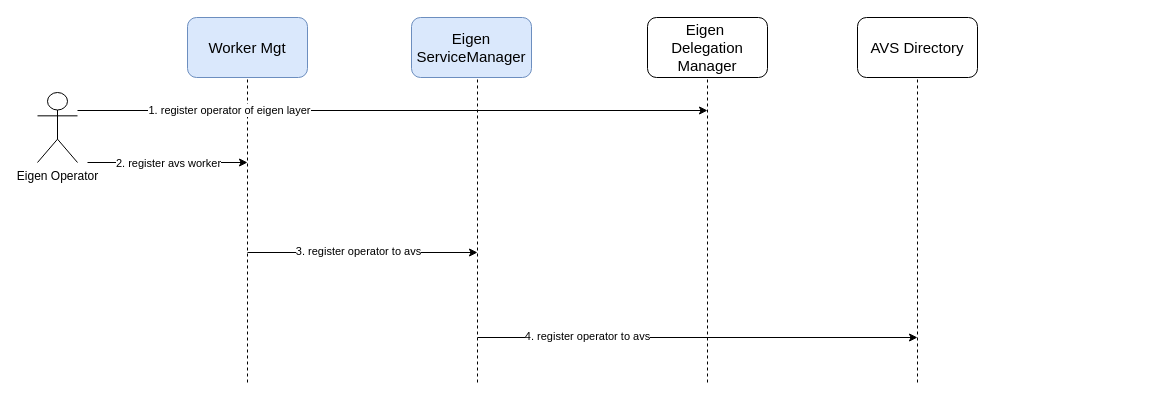
The draw.io diagram page "第 5 页" (5 of 7) of inter-files/zkFHE-architecture.drawio in primus-labs/zkFHE-Network-Docs, before the edit. Source tidied: cells renumbered, new cells numbered last; positions are measured from the earlier drawing's top-left corner, leaving out a move shared by most shapes. Both pictures are drawn from the tidied source at 100%, with x=0, y=0 at pixel (37, 17).
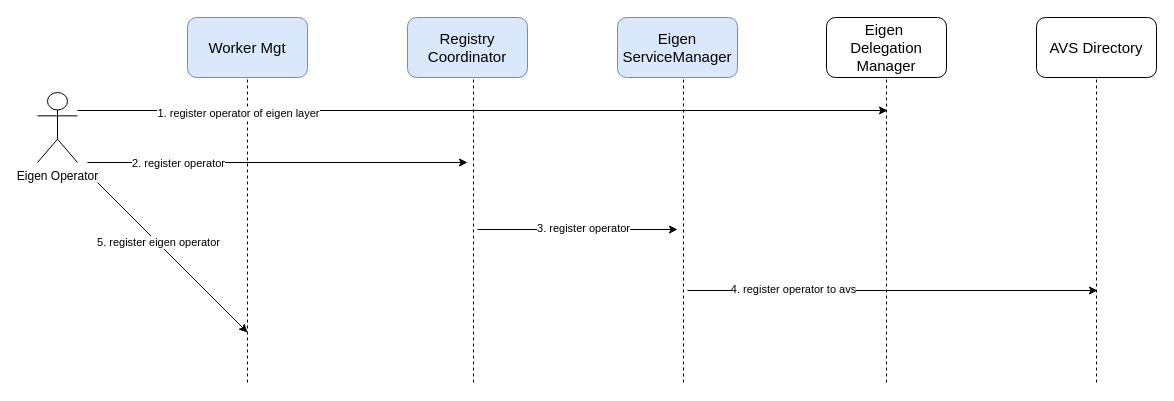
The same page after the edit.

Commit message (it also covers changes not shown here):
update eigen register

Change to the diagram source:
```diff
@@
     <mxCell id="4" style="endArrow=none;dashed=1;html=1;rounded=0;entryX=0.5;entryY=1;entryDx=0;entryDy=0;" parent="1" edge="1">
       <mxGeometry relative="1" as="geometry">
-        <mxPoint x="440" y="365" as="sourcePoint" />
-        <mxPoint x="440" y="60" as="targetPoint" />
+        <mxPoint x="646" y="365" as="sourcePoint" />
+        <mxPoint x="646" y="60" as="targetPoint" />
       </mxGeometry>
     </mxCell>
     <mxCell id="5" style="endArrow=classic;html=1;rounded=0;" parent="1" edge="1">
       <mxGeometry relative="1" as="geometry">
         <mxPoint x="40" y="93" as="sourcePoint" />
-        <mxPoint x="670" y="93" as="targetPoint" />
+        <mxPoint x="850" y="93" as="targetPoint" />
       </mxGeometry>
     </mxCell>
@@
     <mxCell id="7" value="1. register operator of eigen layer" style="edgeLabel;html=1;align=center;verticalAlign=middle;" parent="5" vertex="1">
       <mxGeometry x="-0.64" y="1" relative="1" as="geometry">
-        <mxPoint x="38" as="offset" />
+        <mxPoint x="14" y="3" as="offset" />
       </mxGeometry>
     </mxCell>
     <mxCell id="8" style="endArrow=none;dashed=1;html=1;rounded=0;entryX=0.5;entryY=1;entryDx=0;entryDy=0;" parent="1" edge="1">
       <mxGeometry relative="1" as="geometry">
-        <mxPoint x="880" y="365" as="sourcePoint" />
-        <mxPoint x="880" y="60" as="targetPoint" />
+        <mxPoint x="1059" y="365" as="sourcePoint" />
+        <mxPoint x="1059" y="60" as="targetPoint" />
       </mxGeometry>
     </mxCell>
@@
     <mxCell id="10" value="&lt;span style=&quot;font-size: 15px;&quot;&gt;Eigen ServiceManager&lt;/span&gt;" style="rounded=1;whiteSpace=wrap;html=1;fillColor=#dae8fc;strokeColor=#6c8ebf;" parent="1" vertex="1">
-      <mxGeometry x="374" width="120" height="60" as="geometry" />
+      <mxGeometry x="580" width="120" height="60" as="geometry" />
     </mxCell>
     <mxCell id="11" value="&lt;font style=&quot;font-size: 15px;&quot;&gt;AVS Directory&lt;/font&gt;" style="rounded=1;whiteSpace=wrap;html=1;" parent="1" vertex="1">
-      <mxGeometry x="820" width="120" height="60" as="geometry" />
+      <mxGeometry x="999" width="120" height="60" as="geometry" />
     </mxCell>
     <mxCell id="12" style="endArrow=classic;html=1;rounded=0;" parent="1" edge="1">
       <mxGeometry relative="1" as="geometry">
-        <mxPoint x="210" y="235" as="sourcePoint" />
-        <mxPoint x="440" y="235" as="targetPoint" />
+        <mxPoint x="440" y="212" as="sourcePoint" />
+        <mxPoint x="640" y="212" as="targetPoint" />
       </mxGeometry>
     </mxCell>
-    <mxCell id="13" value="3. register operator to avs" style="edgeLabel;html=1;align=center;verticalAlign=middle;" parent="12" vertex="1">
+    <mxCell id="13" value="3. register operator" style="edgeLabel;html=1;align=center;verticalAlign=middle;" parent="12" vertex="1">
       <mxGeometry x="-0.69" y="3" relative="1" as="geometry">
         <mxPoint x="74" y="1" as="offset" />
       </mxGeometry>
     </mxCell>
     <mxCell id="14" style="endArrow=classic;html=1;rounded=0;" parent="1" edge="1">
       <mxGeometry relative="1" as="geometry">
-        <mxPoint x="440" y="320" as="sourcePoint" />
-        <mxPoint x="880" y="320" as="targetPoint" />
+        <mxPoint x="650" y="273" as="sourcePoint" />
+        <mxPoint x="1060" y="273" as="targetPoint" />
       </mxGeometry>
     </mxCell>
@@
     <mxCell id="16" style="endArrow=none;dashed=1;html=1;rounded=0;entryX=0.5;entryY=1;entryDx=0;entryDy=0;" parent="1" edge="1">
       <mxGeometry relative="1" as="geometry">
-        <mxPoint x="670" y="365" as="sourcePoint" />
-        <mxPoint x="670" y="60" as="targetPoint" />
+        <mxPoint x="849" y="365" as="sourcePoint" />
+        <mxPoint x="849" y="60" as="targetPoint" />
       </mxGeometry>
     </mxCell>
     <mxCell id="17" value="&lt;font style=&quot;font-size: 15px;&quot;&gt;Eigen&amp;nbsp;&lt;/font&gt;&lt;div&gt;&lt;font style=&quot;font-size: 15px;&quot;&gt;Delegation&lt;/font&gt;&lt;div&gt;&lt;font style=&quot;font-size: 15px;&quot;&gt;Manager&lt;/font&gt;&lt;/div&gt;&lt;/div&gt;" style="rounded=1;whiteSpace=wrap;html=1;" parent="1" vertex="1">
-      <mxGeometry x="610" width="120" height="60" as="geometry" />
+      <mxGeometry x="789" width="120" height="60" as="geometry" />
     </mxCell>
     <mxCell id="18" style="endArrow=classic;html=1;rounded=0;" parent="1" edge="1">
       <mxGeometry relative="1" as="geometry">
         <mxPoint x="50" y="145" as="sourcePoint" />
-        <mxPoint x="210" y="145" as="targetPoint" />
+        <mxPoint x="430" y="145" as="targetPoint" />
       </mxGeometry>
     </mxCell>
-    <mxCell id="19" value="2. register avs worker" style="edgeLabel;html=1;align=center;verticalAlign=middle;" parent="18" vertex="1">
+    <mxCell id="19" value="2. register operator" style="edgeLabel;html=1;align=center;verticalAlign=middle;" parent="18" vertex="1">
       <mxGeometry x="-0.41" y="3" relative="1" as="geometry">
-        <mxPoint x="33" y="3" as="offset" />
+        <mxPoint x="-22" y="3" as="offset" />
       </mxGeometry>
     </mxCell>
+    <mxCell id="20" style="endArrow=none;dashed=1;html=1;rounded=0;entryX=0.5;entryY=1;entryDx=0;entryDy=0;" parent="1" edge="1">
+      <mxGeometry relative="1" as="geometry">
+        <mxPoint x="436" y="365" as="sourcePoint" />
+        <mxPoint x="436" y="60" as="targetPoint" />
+      </mxGeometry>
+    </mxCell>
+    <mxCell id="21" value="&lt;font style=&quot;font-size: 15px;&quot;&gt;Registry&lt;/font&gt;&lt;div&gt;&lt;font style=&quot;font-size: 15px;&quot;&gt;Coordinator&lt;/font&gt;&lt;/div&gt;" style="rounded=1;whiteSpace=wrap;html=1;fillColor=#dae8fc;strokeColor=#6c8ebf;" parent="1" vertex="1">
+      <mxGeometry x="370" width="120" height="60" as="geometry" />
+    </mxCell>
+    <mxCell id="22" style="endArrow=classic;html=1;rounded=0;" parent="1" edge="1">
+      <mxGeometry relative="1" as="geometry">
+        <mxPoint x="60" y="165" as="sourcePoint" />
+        <mxPoint x="210" y="315" as="targetPoint" />
+      </mxGeometry>
+    </mxCell>
+    <mxCell id="23" value="5. register eigen operator" style="edgeLabel;html=1;align=center;verticalAlign=middle;" parent="22" vertex="1">
+      <mxGeometry x="-0.5" y="-2" relative="1" as="geometry">
+        <mxPoint x="24" y="21" as="offset" />
+      </mxGeometry>
+    </mxCell>
```
